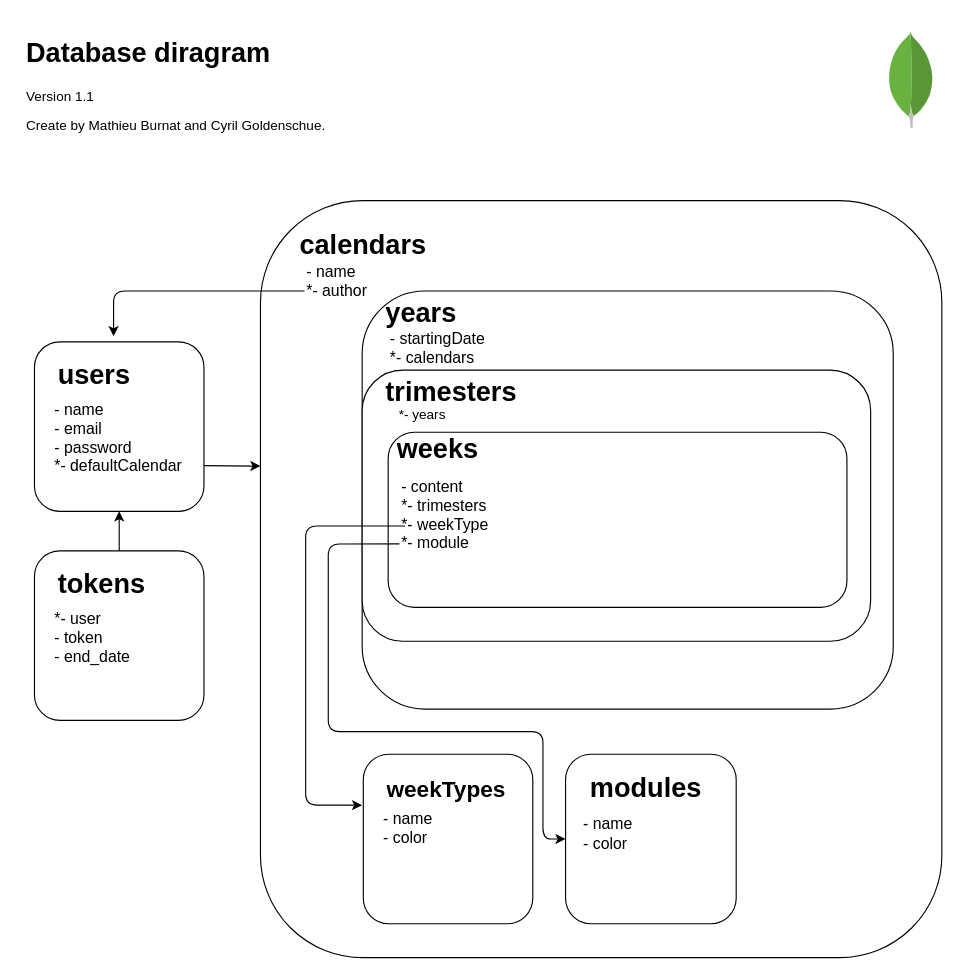
This is documentation/database/Diagram.drawio from MathieuBurnat/tech_calendar, a draw.io file, before an edit. Source tidied: cells renumbered, new cells numbered last; positions are measured from the earlier drawing's top-left corner, leaving out a move shared by most shapes. Both pictures are drawn from the tidied source at 113%, with x=0, y=0 at pixel (20, 31).
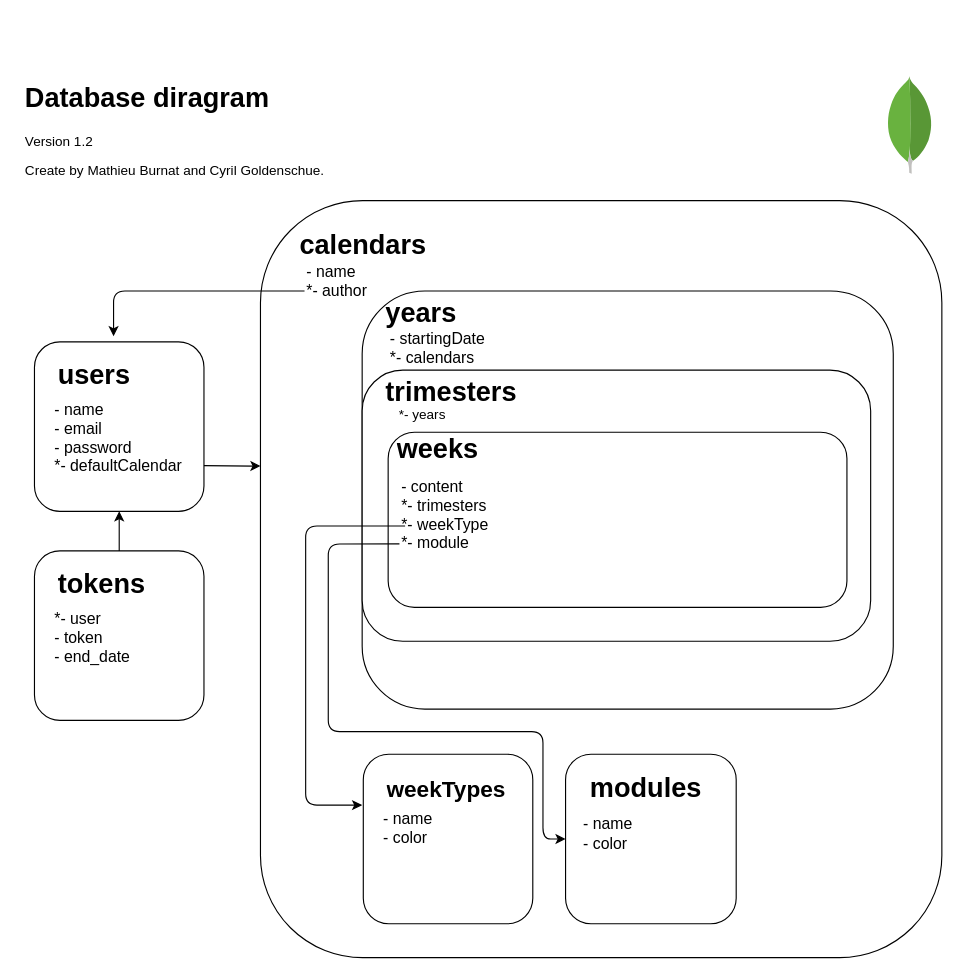
After the change.

What changed in the source:
```diff
@@
     <mxCell id="2" style="dashed=0;html=1;align=center;labelPosition=center;verticalLabelPosition=bottom;verticalAlign=top;shape=mxgraph.weblogos.mongodb;" parent="1" vertex="1">
-      <mxGeometry x="767" width="41.2" height="86.2" as="geometry" />
+      <mxGeometry x="766" y="40" width="41.2" height="86.2" as="geometry" />
     </mxCell>
@@
-    <mxCell id="27" value="&lt;h1&gt;Database diragram&lt;/h1&gt;&lt;p&gt;Version 1.1&amp;nbsp;&lt;/p&gt;&lt;p&gt;Create by Mathieu Burnat and Cyril Goldenschue.&lt;/p&gt;" style="text;html=1;strokeColor=none;fillColor=none;spacing=5;spacingTop=-20;whiteSpace=wrap;overflow=hidden;rounded=0;" parent="1" vertex="1">
-      <mxGeometry width="370" height="120" as="geometry" />
+    <mxCell id="27" value="&lt;h1&gt;Database diragram&lt;/h1&gt;&lt;p&gt;Version 1.2&amp;nbsp;&lt;/p&gt;&lt;p&gt;Create by Mathieu Burnat and Cyril Goldenschue.&lt;/p&gt;" style="text;html=1;strokeColor=none;fillColor=none;spacing=5;spacingTop=-20;whiteSpace=wrap;overflow=hidden;rounded=0;" parent="1" vertex="1">
+      <mxGeometry x="-1" y="40" width="370" height="120" as="geometry" />
     </mxCell>
```
